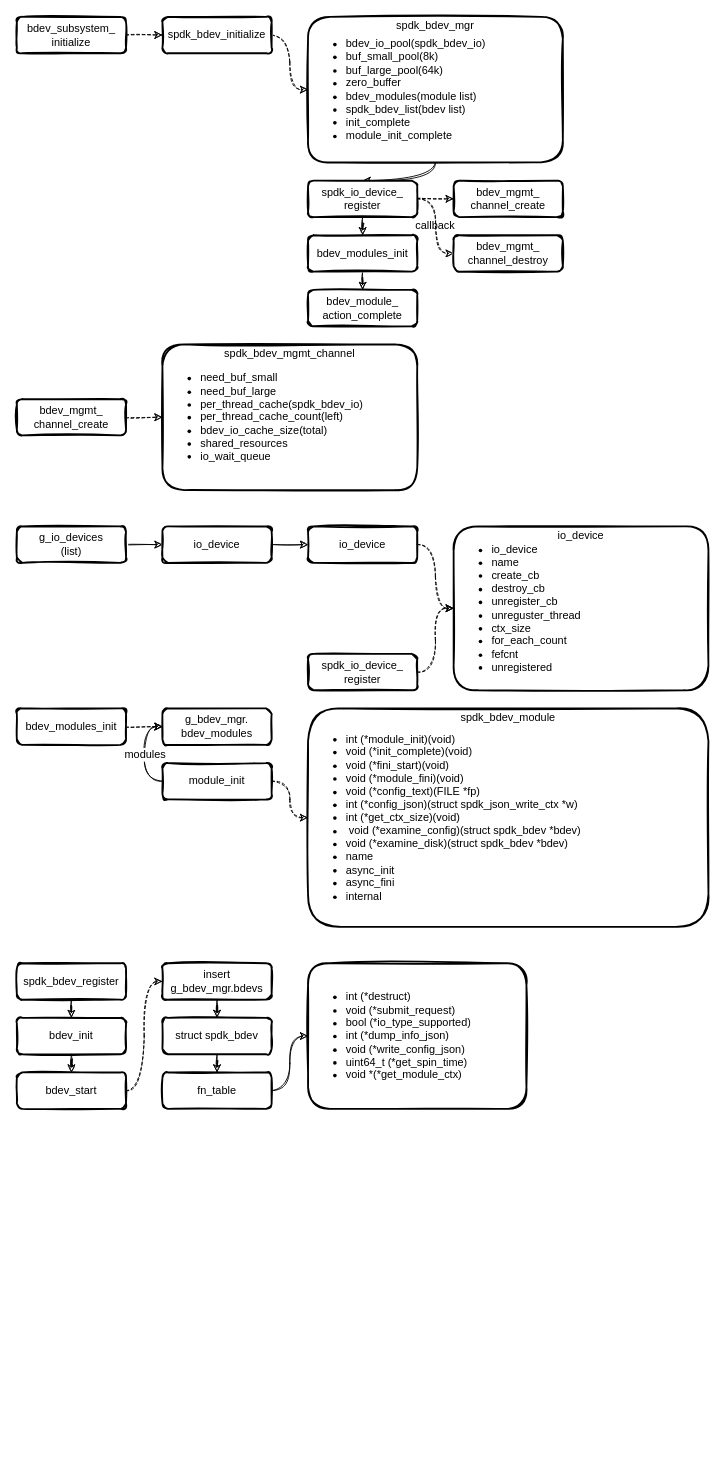
Above: page "spdk_bdev" (1 of 5) of spdk/spdk_bdev.drawio in EarthWind/deeparch (draw.io), before the change. Source tidied: cells renumbered, new cells numbered last; positions are measured from the earlier drawing's top-left corner, leaving out a move shared by most shapes. Both pictures are drawn from the tidied source at 91%, with x=0, y=0 at pixel (16, 16).
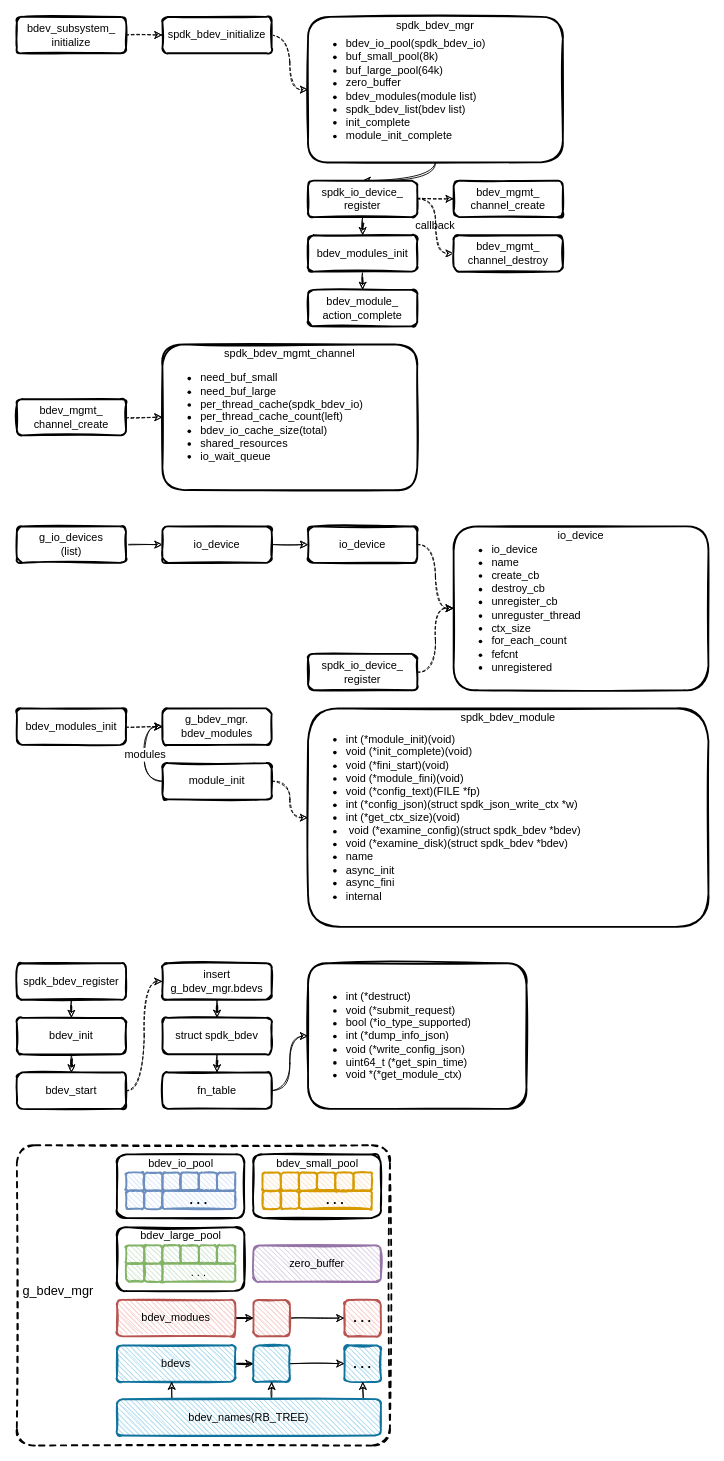
After the change.

Diff of the diagram source:
```diff
@@
+    <mxCell id="60" style="rounded=1;whiteSpace=wrap;html=1;strokeWidth=2;fillWeight=1;hachureGap=4;hachureAngle=45;sketch=1;shadow=0;fontSize=12;dashed=1;arcSize=6;" parent="1" vertex="1">
+      <mxGeometry y="1240" width="410" height="330" as="geometry" />
+    </mxCell>
+    <mxCell id="61" style="rounded=1;whiteSpace=wrap;html=1;strokeWidth=2;fillWeight=1;hachureGap=4;hachureAngle=45;sketch=1;shadow=0;fontSize=12;" parent="1" vertex="1">
+      <mxGeometry x="110" y="1250" width="140" height="70" as="geometry" />
+    </mxCell>
@@
+    <mxCell id="62" style="rounded=1;whiteSpace=wrap;html=1;strokeWidth=2;fillWeight=1;hachureGap=4;hachureAngle=45;sketch=1;shadow=0;fontSize=12;fillColor=#dae8fc;strokeColor=#6c8ebf;" parent="1" vertex="1">
+      <mxGeometry x="120" y="1270" width="20" height="20" as="geometry" />
+    </mxCell>
+    <mxCell id="63" value="zero_buffer" style="rounded=1;whiteSpace=wrap;html=1;strokeWidth=2;fillWeight=1;hachureGap=4;hachureAngle=45;sketch=1;shadow=0;fontSize=12;fillColor=#e1d5e7;strokeColor=#9673a6;" parent="1" vertex="1">
+      <mxGeometry x="260" y="1350" width="140" height="40" as="geometry" />
+    </mxCell>
+    <mxCell id="64" style="rounded=1;whiteSpace=wrap;html=1;strokeWidth=2;fillWeight=1;hachureGap=4;hachureAngle=45;sketch=1;shadow=0;fontSize=12;fillColor=#dae8fc;strokeColor=#6c8ebf;" parent="1" vertex="1">
+      <mxGeometry x="140" y="1270" width="20" height="20" as="geometry" />
+    </mxCell>
+    <mxCell id="65" style="rounded=1;whiteSpace=wrap;html=1;strokeWidth=2;fillWeight=1;hachureGap=4;hachureAngle=45;sketch=1;shadow=0;fontSize=12;fillColor=#dae8fc;strokeColor=#6c8ebf;" parent="1" vertex="1">
+      <mxGeometry x="160" y="1270" width="20" height="20" as="geometry" />
+    </mxCell>
+    <mxCell id="66" style="rounded=1;whiteSpace=wrap;html=1;strokeWidth=2;fillWeight=1;hachureGap=4;hachureAngle=45;sketch=1;shadow=0;fontSize=12;fillColor=#dae8fc;strokeColor=#6c8ebf;" parent="1" vertex="1">
+      <mxGeometry x="180" y="1270" width="20" height="20" as="geometry" />
+    </mxCell>
+    <mxCell id="67" style="rounded=1;whiteSpace=wrap;html=1;strokeWidth=2;fillWeight=1;hachureGap=4;hachureAngle=45;sketch=1;shadow=0;fontSize=12;fillColor=#dae8fc;strokeColor=#6c8ebf;" parent="1" vertex="1">
+      <mxGeometry x="120" y="1290" width="20" height="20" as="geometry" />
+    </mxCell>
+    <mxCell id="68" style="rounded=1;whiteSpace=wrap;html=1;strokeWidth=2;fillWeight=1;hachureGap=4;hachureAngle=45;sketch=1;shadow=0;fontSize=12;fillColor=#dae8fc;strokeColor=#6c8ebf;" parent="1" vertex="1">
+      <mxGeometry x="140" y="1290" width="20" height="20" as="geometry" />
+    </mxCell>
+    <mxCell id="69" value=". . ." style="rounded=1;whiteSpace=wrap;html=1;strokeWidth=2;fillWeight=1;hachureGap=4;hachureAngle=45;sketch=1;shadow=0;fontSize=14;fillColor=#dae8fc;strokeColor=#6c8ebf;fontStyle=1;" parent="1" vertex="1">
+      <mxGeometry x="160" y="1290" width="80" height="20" as="geometry" />
+    </mxCell>
+    <mxCell id="70" value="bdev_io_pool" style="text;html=1;align=center;verticalAlign=middle;strokeColor=none;fillColor=none;" parent="1" vertex="1">
+      <mxGeometry x="135" y="1250" width="90" height="20" as="geometry" />
+    </mxCell>
+    <mxCell id="71" style="rounded=1;whiteSpace=wrap;html=1;strokeWidth=2;fillWeight=1;hachureGap=4;hachureAngle=45;sketch=1;shadow=0;fontSize=12;fillColor=#dae8fc;strokeColor=#6c8ebf;" parent="1" vertex="1">
+      <mxGeometry x="200" y="1270" width="20" height="20" as="geometry" />
+    </mxCell>
+    <mxCell id="72" style="rounded=1;whiteSpace=wrap;html=1;strokeWidth=2;fillWeight=1;hachureGap=4;hachureAngle=45;sketch=1;shadow=0;fontSize=12;fillColor=#dae8fc;strokeColor=#6c8ebf;" parent="1" vertex="1">
+      <mxGeometry x="220" y="1270" width="20" height="20" as="geometry" />
+    </mxCell>
+    <mxCell id="73" style="rounded=1;whiteSpace=wrap;html=1;strokeWidth=2;fillWeight=1;hachureGap=4;hachureAngle=45;sketch=1;shadow=0;fontSize=12;" parent="1" vertex="1">
+      <mxGeometry x="260" y="1250" width="140" height="70" as="geometry" />
+    </mxCell>
+    <mxCell id="74" style="rounded=1;whiteSpace=wrap;html=1;strokeWidth=2;fillWeight=1;hachureGap=4;hachureAngle=45;sketch=1;shadow=0;fontSize=12;fillColor=#ffe6cc;strokeColor=#d79b00;" parent="1" vertex="1">
+      <mxGeometry x="270" y="1270" width="20" height="20" as="geometry" />
+    </mxCell>
+    <mxCell id="75" style="rounded=1;whiteSpace=wrap;html=1;strokeWidth=2;fillWeight=1;hachureGap=4;hachureAngle=45;sketch=1;shadow=0;fontSize=12;fillColor=#ffe6cc;strokeColor=#d79b00;" parent="1" vertex="1">
+      <mxGeometry x="290" y="1270" width="20" height="20" as="geometry" />
+    </mxCell>
+    <mxCell id="76" style="rounded=1;whiteSpace=wrap;html=1;strokeWidth=2;fillWeight=1;hachureGap=4;hachureAngle=45;sketch=1;shadow=0;fontSize=12;fillColor=#ffe6cc;strokeColor=#d79b00;" parent="1" vertex="1">
+      <mxGeometry x="310" y="1270" width="20" height="20" as="geometry" />
+    </mxCell>
+    <mxCell id="77" style="rounded=1;whiteSpace=wrap;html=1;strokeWidth=2;fillWeight=1;hachureGap=4;hachureAngle=45;sketch=1;shadow=0;fontSize=12;fillColor=#ffe6cc;strokeColor=#d79b00;" parent="1" vertex="1">
+      <mxGeometry x="330" y="1270" width="20" height="20" as="geometry" />
+    </mxCell>
+    <mxCell id="78" style="rounded=1;whiteSpace=wrap;html=1;strokeWidth=2;fillWeight=1;hachureGap=4;hachureAngle=45;sketch=1;shadow=0;fontSize=12;fillColor=#ffe6cc;strokeColor=#d79b00;" parent="1" vertex="1">
+      <mxGeometry x="270" y="1290" width="20" height="20" as="geometry" />
+    </mxCell>
+    <mxCell id="79" style="rounded=1;whiteSpace=wrap;html=1;strokeWidth=2;fillWeight=1;hachureGap=4;hachureAngle=45;sketch=1;shadow=0;fontSize=12;fillColor=#ffe6cc;strokeColor=#d79b00;" parent="1" vertex="1">
+      <mxGeometry x="290" y="1290" width="20" height="20" as="geometry" />
+    </mxCell>
+    <mxCell id="80" value=". . ." style="rounded=1;whiteSpace=wrap;html=1;strokeWidth=2;fillWeight=1;hachureGap=4;hachureAngle=45;sketch=1;shadow=0;fontSize=14;fillColor=#ffe6cc;strokeColor=#d79b00;fontStyle=1;" parent="1" vertex="1">
+      <mxGeometry x="310" y="1290" width="80" height="20" as="geometry" />
+    </mxCell>
+    <mxCell id="81" value="bdev_small_pool" style="text;html=1;align=center;verticalAlign=middle;strokeColor=none;fillColor=none;" parent="1" vertex="1">
+      <mxGeometry x="275" y="1250" width="110" height="20" as="geometry" />
+    </mxCell>
+    <mxCell id="82" style="rounded=1;whiteSpace=wrap;html=1;strokeWidth=2;fillWeight=1;hachureGap=4;hachureAngle=45;sketch=1;shadow=0;fontSize=12;fillColor=#ffe6cc;strokeColor=#d79b00;" parent="1" vertex="1">
+      <mxGeometry x="350" y="1270" width="20" height="20" as="geometry" />
+    </mxCell>
+    <mxCell id="83" style="rounded=1;whiteSpace=wrap;html=1;strokeWidth=2;fillWeight=1;hachureGap=4;hachureAngle=45;sketch=1;shadow=0;fontSize=12;fillColor=#ffe6cc;strokeColor=#d79b00;" parent="1" vertex="1">
+      <mxGeometry x="370" y="1270" width="20" height="20" as="geometry" />
+    </mxCell>
+    <mxCell id="84" style="rounded=1;whiteSpace=wrap;html=1;strokeWidth=2;fillWeight=1;hachureGap=4;hachureAngle=45;sketch=1;shadow=0;fontSize=12;" parent="1" vertex="1">
+      <mxGeometry x="110" y="1330" width="140" height="70" as="geometry" />
+    </mxCell>
+    <mxCell id="85" style="rounded=1;whiteSpace=wrap;html=1;strokeWidth=2;fillWeight=1;hachureGap=4;hachureAngle=45;sketch=1;shadow=0;fontSize=12;fillColor=#d5e8d4;strokeColor=#82b366;" parent="1" vertex="1">
+      <mxGeometry x="120" y="1350" width="20" height="20" as="geometry" />
+    </mxCell>
+    <mxCell id="86" style="rounded=1;whiteSpace=wrap;html=1;strokeWidth=2;fillWeight=1;hachureGap=4;hachureAngle=45;sketch=1;shadow=0;fontSize=12;fillColor=#d5e8d4;strokeColor=#82b366;" parent="1" vertex="1">
+      <mxGeometry x="140" y="1350" width="20" height="20" as="geometry" />
+    </mxCell>
+    <mxCell id="87" style="rounded=1;whiteSpace=wrap;html=1;strokeWidth=2;fillWeight=1;hachureGap=4;hachureAngle=45;sketch=1;shadow=0;fontSize=12;fillColor=#d5e8d4;strokeColor=#82b366;" parent="1" vertex="1">
+      <mxGeometry x="160" y="1350" width="20" height="20" as="geometry" />
+    </mxCell>
+    <mxCell id="88" style="rounded=1;whiteSpace=wrap;html=1;strokeWidth=2;fillWeight=1;hachureGap=4;hachureAngle=45;sketch=1;shadow=0;fontSize=12;fillColor=#d5e8d4;strokeColor=#82b366;" parent="1" vertex="1">
+      <mxGeometry x="180" y="1350" width="20" height="20" as="geometry" />
+    </mxCell>
+    <mxCell id="89" style="rounded=1;whiteSpace=wrap;html=1;strokeWidth=2;fillWeight=1;hachureGap=4;hachureAngle=45;sketch=1;shadow=0;fontSize=12;fillColor=#d5e8d4;strokeColor=#82b366;" parent="1" vertex="1">
+      <mxGeometry x="120" y="1370" width="20" height="20" as="geometry" />
+    </mxCell>
+    <mxCell id="90" style="rounded=1;whiteSpace=wrap;html=1;strokeWidth=2;fillWeight=1;hachureGap=4;hachureAngle=45;sketch=1;shadow=0;fontSize=12;fillColor=#d5e8d4;strokeColor=#82b366;" parent="1" vertex="1">
+      <mxGeometry x="140" y="1370" width="20" height="20" as="geometry" />
+    </mxCell>
+    <mxCell id="91" value=". . ." style="rounded=1;whiteSpace=wrap;html=1;strokeWidth=2;fillWeight=1;hachureGap=4;hachureAngle=45;sketch=1;shadow=0;fontSize=12;fillColor=#d5e8d4;strokeColor=#82b366;" parent="1" vertex="1">
+      <mxGeometry x="160" y="1370" width="80" height="20" as="geometry" />
+    </mxCell>
+    <mxCell id="92" value="bdev_large_pool" style="text;html=1;align=center;verticalAlign=middle;strokeColor=none;fillColor=none;" parent="1" vertex="1">
+      <mxGeometry x="130" y="1330" width="100" height="20" as="geometry" />
+    </mxCell>
+    <mxCell id="93" style="rounded=1;whiteSpace=wrap;html=1;strokeWidth=2;fillWeight=1;hachureGap=4;hachureAngle=45;sketch=1;shadow=0;fontSize=12;fillColor=#d5e8d4;strokeColor=#82b366;" parent="1" vertex="1">
+      <mxGeometry x="200" y="1350" width="20" height="20" as="geometry" />
+    </mxCell>
+    <mxCell id="94" style="rounded=1;whiteSpace=wrap;html=1;strokeWidth=2;fillWeight=1;hachureGap=4;hachureAngle=45;sketch=1;shadow=0;fontSize=12;fillColor=#d5e8d4;strokeColor=#82b366;" parent="1" vertex="1">
+      <mxGeometry x="220" y="1350" width="20" height="20" as="geometry" />
+    </mxCell>
+    <mxCell id="95" style="edgeStyle=orthogonalEdgeStyle;rounded=0;jettySize=auto;html=1;entryX=0;entryY=0.5;entryDx=0;entryDy=0;sketch=1;" parent="1" edge="1" source="96" target="98">
+      <mxGeometry relative="1" as="geometry" />
+    </mxCell>
+    <mxCell id="96" value="bdev_modues" style="rounded=1;whiteSpace=wrap;html=1;strokeWidth=2;fillWeight=1;hachureGap=4;hachureAngle=45;sketch=1;shadow=0;fontSize=12;fillColor=#f8cecc;strokeColor=#b85450;" parent="1" vertex="1">
+      <mxGeometry x="110" y="1410" width="130" height="40" as="geometry" />
+    </mxCell>
+    <mxCell id="97" style="edgeStyle=orthogonalEdgeStyle;rounded=0;sketch=1;jettySize=auto;html=1;" parent="1" edge="1" source="98" target="99">
+      <mxGeometry relative="1" as="geometry" />
+    </mxCell>
+    <mxCell id="98" style="rounded=1;whiteSpace=wrap;html=1;strokeWidth=2;fillWeight=1;hachureGap=4;hachureAngle=45;sketch=1;shadow=0;fontSize=12;fillColor=#f8cecc;strokeColor=#b85450;" parent="1" vertex="1">
+      <mxGeometry x="260" y="1410" width="40" height="40" as="geometry" />
+    </mxCell>
+    <mxCell id="99" value=". . ." style="rounded=1;whiteSpace=wrap;html=1;strokeWidth=2;fillWeight=1;hachureGap=4;hachureAngle=45;sketch=1;shadow=0;fontSize=14;fillColor=#f8cecc;strokeColor=#b85450;fontStyle=1;" parent="1" vertex="1">
+      <mxGeometry x="360" y="1410" width="40" height="40" as="geometry" />
+    </mxCell>
+    <mxCell id="100" style="edgeStyle=orthogonalEdgeStyle;rounded=0;sketch=1;jettySize=auto;html=1;" parent="1" edge="1" source="101" target="103">
+      <mxGeometry relative="1" as="geometry" />
+    </mxCell>
+    <mxCell id="101" value="bdevs" style="rounded=1;whiteSpace=wrap;html=1;strokeWidth=2;fillWeight=1;hachureGap=4;hachureAngle=45;sketch=1;shadow=0;fontSize=12;fillColor=#b1ddf0;strokeColor=#10739e;" parent="1" vertex="1">
+      <mxGeometry x="110" y="1460" width="130" height="40" as="geometry" />
+    </mxCell>
+    <mxCell id="102" style="edgeStyle=orthogonalEdgeStyle;rounded=0;sketch=1;jettySize=auto;html=1;" parent="1" edge="1" source="103" target="104">
+      <mxGeometry relative="1" as="geometry" />
+    </mxCell>
+    <mxCell id="103" style="rounded=1;whiteSpace=wrap;html=1;strokeWidth=2;fillWeight=1;hachureGap=4;hachureAngle=45;sketch=1;shadow=0;fontSize=12;fillColor=#b1ddf0;strokeColor=#10739e;" parent="1" vertex="1">
+      <mxGeometry x="260" y="1460" width="40" height="40" as="geometry" />
+    </mxCell>
+    <mxCell id="104" value=". . ." style="rounded=1;whiteSpace=wrap;html=1;strokeWidth=2;fillWeight=1;hachureGap=4;hachureAngle=45;sketch=1;shadow=0;fontSize=14;fillColor=#b1ddf0;strokeColor=#10739e;fontStyle=1;" parent="1" vertex="1">
+      <mxGeometry x="360" y="1460" width="40" height="40" as="geometry" />
+    </mxCell>
+    <mxCell id="105" style="edgeStyle=orthogonalEdgeStyle;rounded=0;sketch=1;jettySize=auto;html=1;entryX=0.462;entryY=0.996;entryDx=0;entryDy=0;entryPerimeter=0;fontSize=14;exitX=0.208;exitY=-0.01;exitDx=0;exitDy=0;exitPerimeter=0;" parent="1" edge="1" source="108" target="101">
+      <mxGeometry relative="1" as="geometry" />
+    </mxCell>
+    <mxCell id="106" style="edgeStyle=orthogonalEdgeStyle;rounded=0;sketch=1;jettySize=auto;html=1;entryX=0.5;entryY=1;entryDx=0;entryDy=0;fontSize=14;exitX=0.586;exitY=-0.01;exitDx=0;exitDy=0;exitPerimeter=0;" parent="1" edge="1" source="108" target="103">
+      <mxGeometry relative="1" as="geometry" />
+    </mxCell>
+    <mxCell id="107" style="edgeStyle=orthogonalEdgeStyle;rounded=0;sketch=1;jettySize=auto;html=1;entryX=0.5;entryY=1;entryDx=0;entryDy=0;fontSize=14;exitX=0.933;exitY=0.005;exitDx=0;exitDy=0;exitPerimeter=0;" parent="1" edge="1" source="108" target="104">
+      <mxGeometry relative="1" as="geometry" />
+    </mxCell>
+    <mxCell id="108" value="bdev_names(RB_TREE)" style="rounded=1;whiteSpace=wrap;html=1;strokeWidth=2;fillWeight=1;hachureGap=4;hachureAngle=45;sketch=1;shadow=0;fontSize=12;fillColor=#b1ddf0;strokeColor=#10739e;" parent="1" vertex="1">
+      <mxGeometry x="110" y="1519" width="290" height="40" as="geometry" />
+    </mxCell>
+    <mxCell id="109" value="g_bdev_mgr" style="text;html=1;align=center;verticalAlign=middle;strokeColor=none;fillColor=none;fontSize=14;" parent="1" vertex="1">
+      <mxGeometry y="1390" width="90" height="20" as="geometry" />
+    </mxCell>
```
